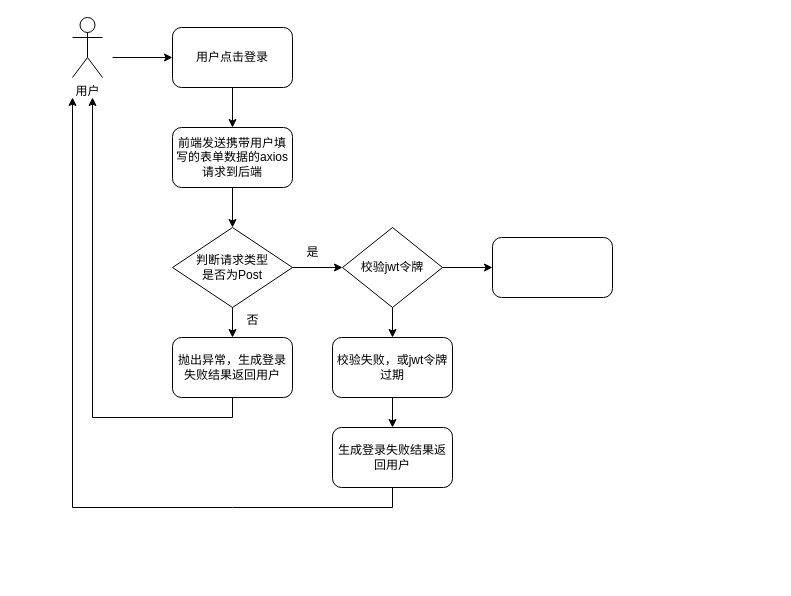
Above: 登录流图.drawio in JQuan526/flow-graph (draw.io), before the change. Source tidied: cells renumbered, new cells numbered last; positions are measured from the earlier drawing's top-left corner, leaving out a move shared by most shapes. Both pictures are drawn from the tidied source at 100%, with x=0, y=0 at pixel (72, 17).
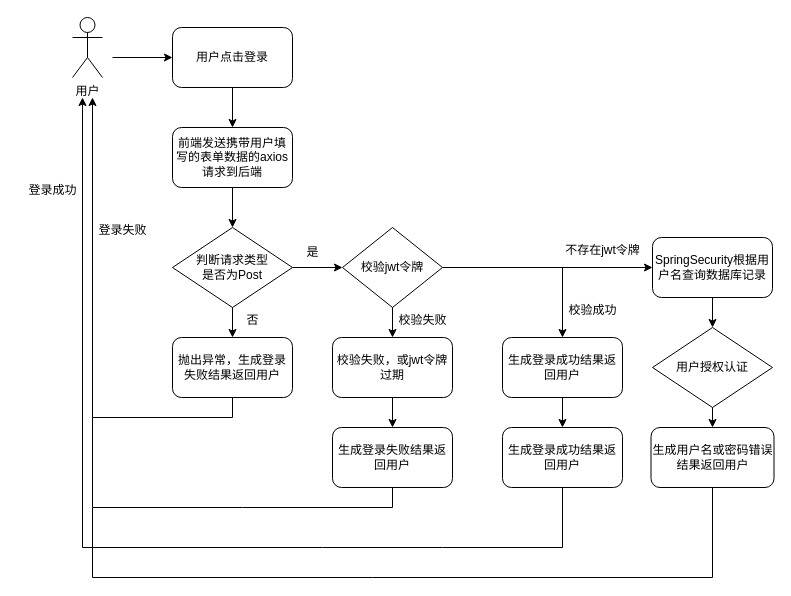
The same page after the edit.

Commit message (it also covers changes not shown here):
更新登录流图.drawio

Unchanged cells that the change refers to:
```xml
<mxCell id="18" value="生成登录失败结果返回用户" style="rounded=1;whiteSpace=wrap;html=1;" parent="1" vertex="1">
  <mxGeometry x="260" y="410" width="120" height="60" as="geometry" />
</mxCell>
<mxCell id="19" value="校验jwt令牌" style="rhombus;whiteSpace=wrap;html=1;" parent="1" vertex="1">
  <mxGeometry x="270" y="210" width="100" height="80" as="geometry" />
</mxCell>
```

What changed in the source:
```diff
@@
-    <mxCell id="16" style="rounded=1;whiteSpace=wrap;html=1;" parent="1" vertex="1">
-      <mxGeometry x="420" y="220" width="120" height="60" as="geometry" />
-    </mxCell>
@@
-    <mxCell id="21" style="endArrow=classic;html=1;rounded=0;exitX=1;exitY=0.5;exitDx=0;exitDy=0;entryX=0;entryY=0.5;entryDx=0;entryDy=0;" parent="1" edge="1" source="19" target="16">
+    <mxCell id="21" style="endArrow=classic;html=1;rounded=0;exitX=1;exitY=0.5;exitDx=0;exitDy=0;entryX=0;entryY=0.5;entryDx=0;entryDy=0;" parent="1" edge="1" source="19" target="24">
       <mxGeometry relative="1" as="geometry" />
     </mxCell>
-    <mxCell id="22" style="endArrow=classic;html=1;rounded=0;exitX=0.5;exitY=1;exitDx=0;exitDy=0;" parent="1" edge="1" source="18">
-      <mxGeometry relative="1" as="geometry">
-        <mxPoint y="80" as="targetPoint" />
-        <Array as="points">
-          <mxPoint x="320" y="490" />
-          <mxPoint x="160" y="490" />
-          <mxPoint y="490" />
-        </Array>
-      </mxGeometry>
-    </mxCell>
+    <mxCell id="23" value="校验失败" style="text;html=1;align=center;verticalAlign=middle;strokeColor=none;fillColor=none;" parent="1" vertex="1">
+      <mxGeometry x="315" y="288" width="70" height="30" as="geometry" />
+    </mxCell>
+    <mxCell id="24" value="SpringSecurity根据用户名查询数据库记录" style="rounded=1;whiteSpace=wrap;html=1;" parent="1" vertex="1">
+      <mxGeometry x="580" y="220" width="120" height="60" as="geometry" />
+    </mxCell>
+    <mxCell id="25" value="生成登录成功结果返回用户" style="rounded=1;whiteSpace=wrap;html=1;" parent="1" vertex="1">
+      <mxGeometry x="430" y="320" width="120" height="60" as="geometry" />
+    </mxCell>
+    <mxCell id="26" style="endArrow=classic;html=1;rounded=0;entryX=0.5;entryY=0;entryDx=0;entryDy=0;" parent="1" edge="1" target="25">
+      <mxGeometry relative="1" as="geometry">
+        <mxPoint x="490" y="250" as="sourcePoint" />
+      </mxGeometry>
+    </mxCell>
+    <mxCell id="27" value="校验成功" style="text;html=1;align=center;verticalAlign=middle;strokeColor=none;fillColor=none;" parent="1" vertex="1">
+      <mxGeometry x="485" y="278" width="70" height="30" as="geometry" />
+    </mxCell>
+    <mxCell id="28" style="endArrow=none;html=1;rounded=0;exitX=0.5;exitY=1;exitDx=0;exitDy=0;" parent="1" edge="1" source="18">
+      <mxGeometry relative="1" as="geometry">
+        <mxPoint x="20" y="400" as="targetPoint" />
+        <Array as="points">
+          <mxPoint x="320" y="490" />
+          <mxPoint x="170" y="490" />
+          <mxPoint x="20" y="490" />
+        </Array>
+      </mxGeometry>
+    </mxCell>
+    <mxCell id="29" style="endArrow=classic;html=1;rounded=0;exitX=0.5;exitY=1;exitDx=0;exitDy=0;" parent="1" edge="1" source="25" target="30">
+      <mxGeometry relative="1" as="geometry" />
+    </mxCell>
+    <mxCell id="30" value="生成登录成功结果返回用户" style="rounded=1;whiteSpace=wrap;html=1;" parent="1" vertex="1">
+      <mxGeometry x="430" y="410" width="120" height="60" as="geometry" />
+    </mxCell>
+    <mxCell id="31" style="endArrow=classic;html=1;rounded=0;exitX=0.5;exitY=1;exitDx=0;exitDy=0;" parent="1" edge="1" source="30">
+      <mxGeometry relative="1" as="geometry">
+        <mxPoint x="10" y="80" as="targetPoint" />
+        <Array as="points">
+          <mxPoint x="490" y="530" />
+          <mxPoint x="370" y="530" />
+          <mxPoint x="250" y="530" />
+          <mxPoint x="10" y="530" />
+        </Array>
+      </mxGeometry>
+    </mxCell>
+    <mxCell id="32" value="不存在jwt令牌" style="text;html=1;align=center;verticalAlign=middle;strokeColor=none;fillColor=none;" parent="1" vertex="1">
+      <mxGeometry x="480" y="218" width="100" height="30" as="geometry" />
+    </mxCell>
+    <mxCell id="33" value="用户授权认证" style="rhombus;whiteSpace=wrap;html=1;" parent="1" vertex="1">
+      <mxGeometry x="580" y="310" width="120" height="80" as="geometry" />
+    </mxCell>
+    <mxCell id="34" style="endArrow=classic;html=1;rounded=0;entryX=0.5;entryY=0;entryDx=0;entryDy=0;exitX=0.5;exitY=1;exitDx=0;exitDy=0;" parent="1" edge="1" source="24" target="33">
+      <mxGeometry relative="1" as="geometry" />
+    </mxCell>
+    <mxCell id="35" value="生成用户名或密码错误结果返回用户" style="rounded=1;whiteSpace=wrap;html=1;" parent="1" vertex="1">
+      <mxGeometry x="578.5" y="410" width="123" height="60" as="geometry" />
+    </mxCell>
+    <mxCell id="36" style="endArrow=classic;html=1;rounded=0;exitX=0.5;exitY=1;exitDx=0;exitDy=0;entryX=0.5;entryY=0;entryDx=0;entryDy=0;" parent="1" edge="1" source="33" target="35">
+      <mxGeometry relative="1" as="geometry" />
+    </mxCell>
+    <mxCell id="37" value="登录失败" style="text;html=1;align=center;verticalAlign=middle;strokeColor=none;fillColor=none;" parent="1" vertex="1">
+      <mxGeometry x="15" y="198" width="70" height="30" as="geometry" />
+    </mxCell>
+    <mxCell id="38" style="endArrow=none;html=1;rounded=0;exitX=0.5;exitY=1;exitDx=0;exitDy=0;" parent="1" edge="1" source="35">
+      <mxGeometry relative="1" as="geometry">
+        <mxPoint x="20" y="490" as="targetPoint" />
+        <Array as="points">
+          <mxPoint x="640" y="560" />
+          <mxPoint x="300" y="560" />
+          <mxPoint x="20" y="560" />
+        </Array>
+      </mxGeometry>
+    </mxCell>
+    <mxCell id="39" value="登录成功" style="text;html=1;align=center;verticalAlign=middle;strokeColor=none;fillColor=none;" parent="1" vertex="1">
+      <mxGeometry x="-55" y="158" width="70" height="30" as="geometry" />
+    </mxCell>
```
